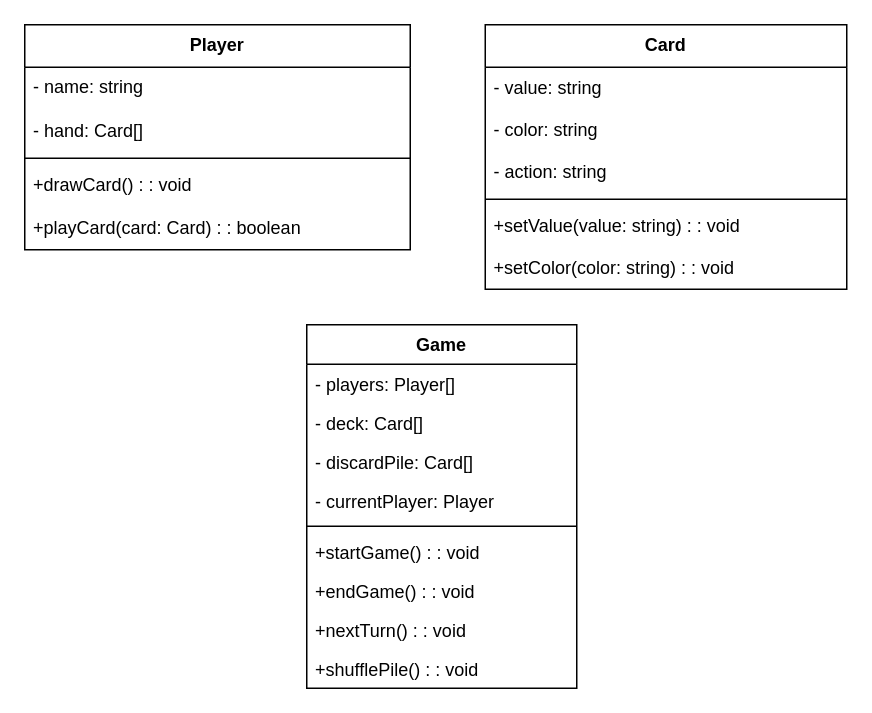
Before: uno-diagram.drawio in Santin203/UNO-Game, a draw.io diagram. Source tidied: cells renumbered, new cells numbered last; positions are measured from the earlier drawing's top-left corner, leaving out a move shared by most shapes. Both pictures are drawn from the tidied source at 150%, with x=0, y=0 at pixel (24, 24).
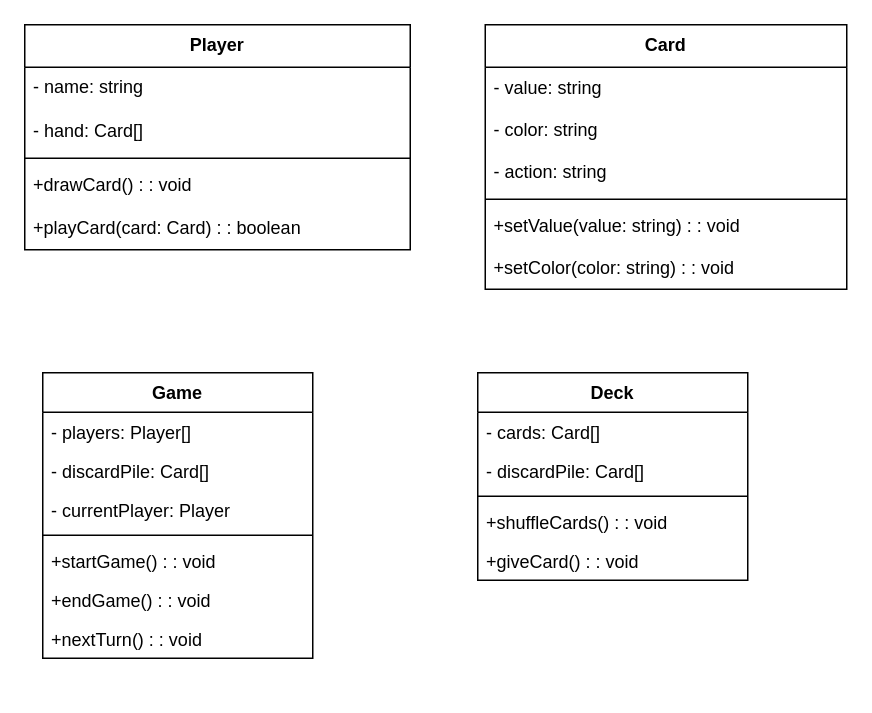
The same page after the edit.

Change to the diagram source:
```diff
@@
     <mxCell id="15" value="Game" style="swimlane;fontStyle=1;align=center;verticalAlign=top;horizontal=1;startSize=26.375;" parent="1" vertex="1">
-      <mxGeometry x="188" y="200" width="180" height="242.4" as="geometry" />
+      <mxGeometry x="12" y="232" width="180" height="190.4" as="geometry" />
     </mxCell>
@@
-    <mxCell id="17" value="- deck: Card[]" style="text;strokeColor=none;fillColor=none;align=left;verticalAlign=top;spacingLeft=4;spacingRight=4;overflow=hidden;" parent="15" vertex="1">
-      <mxGeometry y="52.4" width="180" height="26" as="geometry" />
-    </mxCell>
     <mxCell id="18" value="- discardPile: Card[]" style="text;strokeColor=none;fillColor=none;align=left;verticalAlign=top;spacingLeft=4;spacingRight=4;overflow=hidden;" parent="15" vertex="1">
-      <mxGeometry y="78.4" width="180" height="26" as="geometry" />
+      <mxGeometry y="52.4" width="180" height="26" as="geometry" />
     </mxCell>
     <mxCell id="19" value="- currentPlayer: Player" style="text;strokeColor=none;fillColor=none;align=left;verticalAlign=top;spacingLeft=4;spacingRight=4;overflow=hidden;" parent="15" vertex="1">
-      <mxGeometry y="104.4" width="180" height="26" as="geometry" />
+      <mxGeometry y="78.4" width="180" height="26" as="geometry" />
     </mxCell>
     <mxCell id="20" style="line;strokeWidth=1;fillColor=none;align=left;verticalAlign=middle;spacingTop=-1;spacingLeft=3;spacingRight=3;labelPosition=right;strokeColor=inherit;" parent="15" vertex="1">
-      <mxGeometry y="130.4" width="180" height="8" as="geometry" />
+      <mxGeometry y="104.4" width="180" height="8" as="geometry" />
     </mxCell>
     <mxCell id="21" value="+startGame() : : void" style="text;strokeColor=none;fillColor=none;align=left;verticalAlign=top;spacingLeft=4;spacingRight=4;overflow=hidden;" parent="15" vertex="1">
-      <mxGeometry y="138.4" width="180" height="26" as="geometry" />
+      <mxGeometry y="112.4" width="180" height="26" as="geometry" />
     </mxCell>
     <mxCell id="22" value="+endGame() : : void" style="text;strokeColor=none;fillColor=none;align=left;verticalAlign=top;spacingLeft=4;spacingRight=4;overflow=hidden;" parent="15" vertex="1">
-      <mxGeometry y="164.4" width="180" height="26" as="geometry" />
+      <mxGeometry y="138.4" width="180" height="26" as="geometry" />
     </mxCell>
     <mxCell id="23" value="+nextTurn() : : void" style="text;strokeColor=none;fillColor=none;align=left;verticalAlign=top;spacingLeft=4;spacingRight=4;overflow=hidden;" parent="15" vertex="1">
-      <mxGeometry y="190.4" width="180" height="26" as="geometry" />
+      <mxGeometry y="164.4" width="180" height="26" as="geometry" />
     </mxCell>
-    <mxCell id="24" value="+shufflePile() : : void" style="text;strokeColor=none;fillColor=none;align=left;verticalAlign=top;spacingLeft=4;spacingRight=4;overflow=hidden;" parent="15" vertex="1">
-      <mxGeometry y="216.4" width="180" height="26" as="geometry" />
-    </mxCell>
+    <mxCell id="25" value="Deck" style="swimlane;fontStyle=1;align=center;verticalAlign=top;horizontal=1;startSize=26.375;" parent="1" vertex="1">
+      <mxGeometry x="302" y="232" width="180" height="138.4" as="geometry" />
+    </mxCell>
+    <mxCell id="26" value="- cards: Card[]" style="text;strokeColor=none;fillColor=none;align=left;verticalAlign=top;spacingLeft=4;spacingRight=4;overflow=hidden;" parent="25" vertex="1">
+      <mxGeometry y="26.4" width="180" height="26" as="geometry" />
+    </mxCell>
+    <mxCell id="27" value="- discardPile: Card[]" style="text;strokeColor=none;fillColor=none;align=left;verticalAlign=top;spacingLeft=4;spacingRight=4;overflow=hidden;" parent="25" vertex="1">
+      <mxGeometry y="52.4" width="180" height="26" as="geometry" />
+    </mxCell>
+    <mxCell id="28" style="line;strokeWidth=1;fillColor=none;align=left;verticalAlign=middle;spacingTop=-1;spacingLeft=3;spacingRight=3;labelPosition=right;strokeColor=inherit;" parent="25" vertex="1">
+      <mxGeometry y="78.4" width="180" height="8" as="geometry" />
+    </mxCell>
+    <mxCell id="29" value="+shuffleCards() : : void" style="text;strokeColor=none;fillColor=none;align=left;verticalAlign=top;spacingLeft=4;spacingRight=4;overflow=hidden;" parent="25" vertex="1">
+      <mxGeometry y="86.4" width="180" height="26" as="geometry" />
+    </mxCell>
+    <mxCell id="30" value="+giveCard() : : void" style="text;strokeColor=none;fillColor=none;align=left;verticalAlign=top;spacingLeft=4;spacingRight=4;overflow=hidden;" parent="25" vertex="1">
+      <mxGeometry y="112.4" width="180" height="26" as="geometry" />
+    </mxCell>
```
